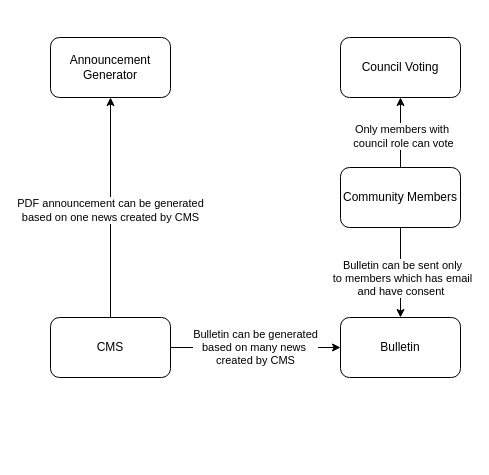
mdziardziel/local-community keeps this draw.io diagram as diagrams/modules.drawio. Above is the earlier version. Source tidied: cells renumbered, new cells numbered last; positions are measured from the earlier drawing's top-left corner, leaving out a move shared by most shapes. Both pictures are drawn from the tidied source at 100%, with x=0, y=0 at pixel (50, 37).
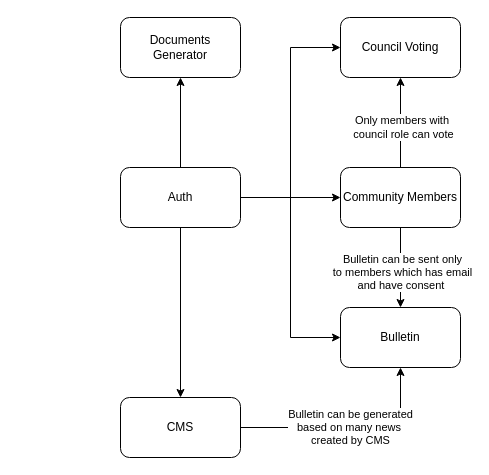
The same page after the edit.

Diff of the diagram source:
```diff
@@
 <mxGraphModel>
   <root>
     <mxCell id="0" />
     <mxCell id="1" parent="0" />
-    <mxCell id="2" value="Announcement Generator" style="rounded=1;whiteSpace=wrap;html=1;" parent="1" vertex="1">
-      <mxGeometry width="120" height="60" as="geometry" />
+    <mxCell id="2" value="Documents Generator" style="rounded=1;whiteSpace=wrap;html=1;" parent="1" vertex="1">
+      <mxGeometry x="70" y="-20" width="120" height="60" as="geometry" />
     </mxCell>
     <mxCell id="3" value="Bulletin" style="rounded=1;whiteSpace=wrap;html=1;" parent="1" vertex="1">
-      <mxGeometry x="290" y="280" width="120" height="60" as="geometry" />
+      <mxGeometry x="290" y="270" width="120" height="60" as="geometry" />
     </mxCell>
     <mxCell id="4" value="Council Voting" style="rounded=1;whiteSpace=wrap;html=1;" parent="1" vertex="1">
-      <mxGeometry x="290" width="120" height="60" as="geometry" />
+      <mxGeometry x="290" y="-20" width="120" height="60" as="geometry" />
     </mxCell>
     <mxCell id="5" style="edgeStyle=orthogonalEdgeStyle;rounded=0;jettySize=auto;html=1;exitX=0.5;exitY=0;exitDx=0;exitDy=0;entryX=0.5;entryY=1;entryDx=0;entryDy=0;" parent="1" edge="1" source="9" target="4">
       <mxGeometry relative="1" as="geometry" />
     </mxCell>
     <mxCell id="6" value="Only members with&amp;nbsp;&lt;div&gt;council role can vote&lt;/div&gt;" style="edgeLabel;html=1;align=center;verticalAlign=middle;" parent="5" vertex="1">
       <mxGeometry x="-0.1" y="-2" relative="1" as="geometry" />
     </mxCell>
     <mxCell id="7" style="edgeStyle=orthogonalEdgeStyle;rounded=0;jettySize=auto;html=1;exitX=0.5;exitY=1;exitDx=0;exitDy=0;entryX=0.5;entryY=0;entryDx=0;entryDy=0;" parent="1" edge="1" source="9" target="3">
       <mxGeometry relative="1" as="geometry" />
     </mxCell>
     <mxCell id="8" value="Bulletin can be sent only&lt;div&gt;to members which has email&lt;/div&gt;&lt;div&gt;and have consent&amp;nbsp;&lt;/div&gt;" style="edgeLabel;html=1;align=center;verticalAlign=middle;" parent="7" vertex="1">
       <mxGeometry x="0.1" y="1" relative="1" as="geometry" />
     </mxCell>
     <mxCell id="9" value="Community Members" style="rounded=1;whiteSpace=wrap;html=1;" parent="1" vertex="1">
       <mxGeometry x="290" y="130" width="120" height="60" as="geometry" />
     </mxCell>
-    <mxCell id="10" style="edgeStyle=orthogonalEdgeStyle;rounded=0;jettySize=auto;html=1;exitX=0.5;exitY=0;exitDx=0;exitDy=0;entryX=0.5;entryY=1;entryDx=0;entryDy=0;" parent="1" edge="1" source="13" target="2">
-      <mxGeometry relative="1" as="geometry" />
-    </mxCell>
-    <mxCell id="11" value="PDF announcement can be generated&lt;div&gt;based on one news created by CMS&lt;/div&gt;" style="edgeLabel;html=1;align=center;verticalAlign=middle;" parent="10" vertex="1">
-      <mxGeometry x="-0.02" y="1" relative="1" as="geometry" />
-    </mxCell>
-    <mxCell id="12" value="Bulletin can be generated&lt;div&gt;based on many news&amp;nbsp;&lt;/div&gt;&lt;div&gt;created by CMS&lt;/div&gt;" style="edgeStyle=orthogonalEdgeStyle;rounded=0;jettySize=auto;html=1;exitX=1;exitY=0.5;exitDx=0;exitDy=0;entryX=0;entryY=0.5;entryDx=0;entryDy=0;" parent="1" edge="1" source="13" target="3">
+    <mxCell id="12" value="Bulletin can be generated&lt;div&gt;based on many news&amp;nbsp;&lt;/div&gt;&lt;div&gt;created by CMS&lt;/div&gt;" style="edgeStyle=orthogonalEdgeStyle;rounded=0;jettySize=auto;html=1;exitX=1;exitY=0.5;exitDx=0;exitDy=0;entryX=0.5;entryY=1;entryDx=0;entryDy=0;" parent="1" edge="1" source="13" target="3">
       <mxGeometry relative="1" as="geometry" />
     </mxCell>
     <mxCell id="13" value="CMS" style="rounded=1;whiteSpace=wrap;html=1;" parent="1" vertex="1">
-      <mxGeometry y="280" width="120" height="60" as="geometry" />
+      <mxGeometry x="70" y="360" width="120" height="60" as="geometry" />
     </mxCell>
+    <mxCell id="14" style="edgeStyle=orthogonalEdgeStyle;rounded=0;jettySize=auto;html=1;exitX=0.5;exitY=0;exitDx=0;exitDy=0;entryX=0.5;entryY=1;entryDx=0;entryDy=0;" parent="1" edge="1" source="19" target="2">
+      <mxGeometry relative="1" as="geometry" />
+    </mxCell>
+    <mxCell id="15" style="edgeStyle=orthogonalEdgeStyle;rounded=0;jettySize=auto;html=1;exitX=0.5;exitY=1;exitDx=0;exitDy=0;entryX=0.5;entryY=0;entryDx=0;entryDy=0;" parent="1" edge="1" source="19" target="13">
+      <mxGeometry relative="1" as="geometry" />
+    </mxCell>
+    <mxCell id="16" style="edgeStyle=orthogonalEdgeStyle;rounded=0;jettySize=auto;html=1;exitX=1;exitY=0.5;exitDx=0;exitDy=0;entryX=0;entryY=0.5;entryDx=0;entryDy=0;" parent="1" edge="1" source="19" target="4">
+      <mxGeometry relative="1" as="geometry" />
+    </mxCell>
+    <mxCell id="17" style="edgeStyle=orthogonalEdgeStyle;rounded=0;jettySize=auto;html=1;exitX=1;exitY=0.5;exitDx=0;exitDy=0;entryX=0;entryY=0.5;entryDx=0;entryDy=0;" parent="1" edge="1" source="19" target="9">
+      <mxGeometry relative="1" as="geometry" />
+    </mxCell>
+    <mxCell id="18" style="edgeStyle=orthogonalEdgeStyle;rounded=0;jettySize=auto;html=1;exitX=1;exitY=0.5;exitDx=0;exitDy=0;entryX=0;entryY=0.5;entryDx=0;entryDy=0;" parent="1" edge="1" source="19" target="3">
+      <mxGeometry relative="1" as="geometry" />
+    </mxCell>
+    <mxCell id="19" value="Auth" style="rounded=1;whiteSpace=wrap;html=1;" parent="1" vertex="1">
+      <mxGeometry x="70" y="130" width="120" height="60" as="geometry" />
+    </mxCell>
   </root>
 </mxGraphModel>
```
